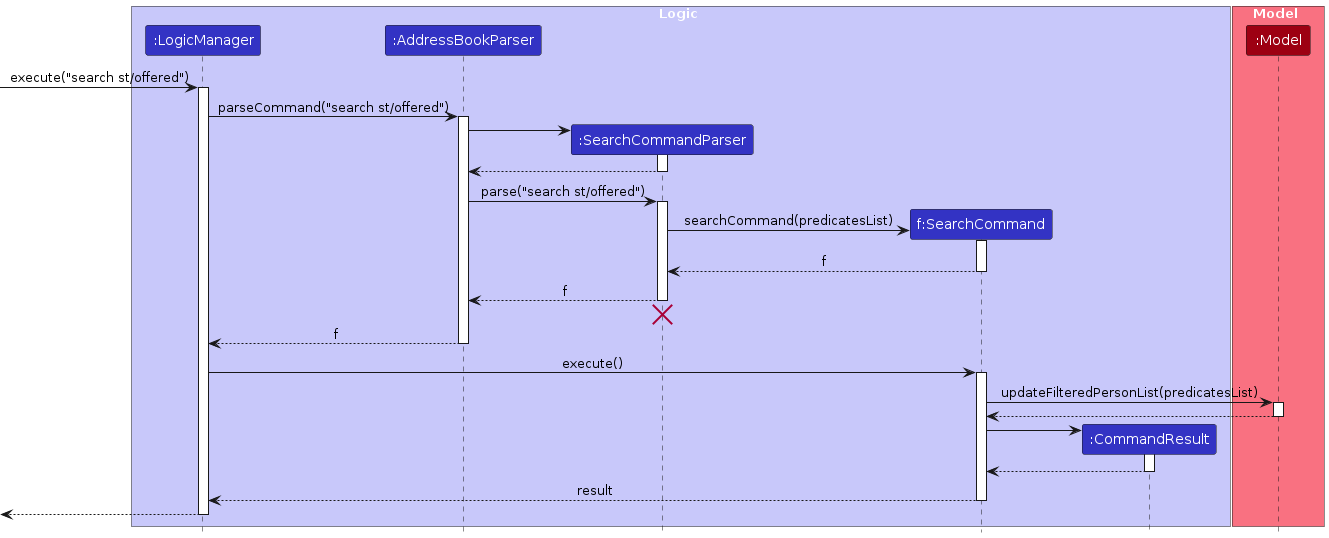
Before: diagrams/SearchSequenceDiagram.png, a diagram exported from PlantUML (AriellaCallista/tp). Its source is kept beside it as diagrams/SearchSequenceDiagram.puml. The source it was exported from:
```plantuml
@startuml
!include style.puml
skinparam ArrowFontStyle plain


box Logic LOGIC_COLOR_T1
participant ":LogicManager" as LogicManager LOGIC_COLOR
participant ":AddressBookParser" as AddressBookParser LOGIC_COLOR
participant ":SearchCommandParser" as SearchCommandParser LOGIC_COLOR
participant "f:SearchCommand" as SearchCommand LOGIC_COLOR
participant ":CommandResult" as CommandResult LOGIC_COLOR
end box

box Model MODEL_COLOR_T1
participant ":Model" as Model MODEL_COLOR
end box

[-> LogicManager : execute("search st/offered")
activate LogicManager

LogicManager -> AddressBookParser : parseCommand("search st/offered")
activate AddressBookParser

create SearchCommandParser
AddressBookParser -> SearchCommandParser
activate SearchCommandParser

SearchCommandParser --> AddressBookParser
deactivate SearchCommandParser

AddressBookParser -> SearchCommandParser : parse("search st/offered")
activate SearchCommandParser

create SearchCommand
SearchCommandParser -> SearchCommand : searchCommand(predicatesList)
activate SearchCommand

SearchCommand --> SearchCommandParser : f
deactivate SearchCommand

SearchCommandParser --> AddressBookParser : f
deactivate SearchCommandParser
SearchCommandParser -[hidden]-> AddressBookParser
destroy SearchCommandParser

AddressBookParser --> LogicManager : f
deactivate AddressBookParser

LogicManager -> SearchCommand  : execute()
activate SearchCommand

SearchCommand -> Model : updateFilteredPersonList(predicatesList)
activate Model

Model --> SearchCommand
deactivate Model

create CommandResult
SearchCommand -> CommandResult
activate CommandResult

CommandResult --> SearchCommand
deactivate CommandResult

SearchCommand --> LogicManager : result
deactivate SearchCommand



[<--LogicManager
deactivate LogicManager



@enduml
```
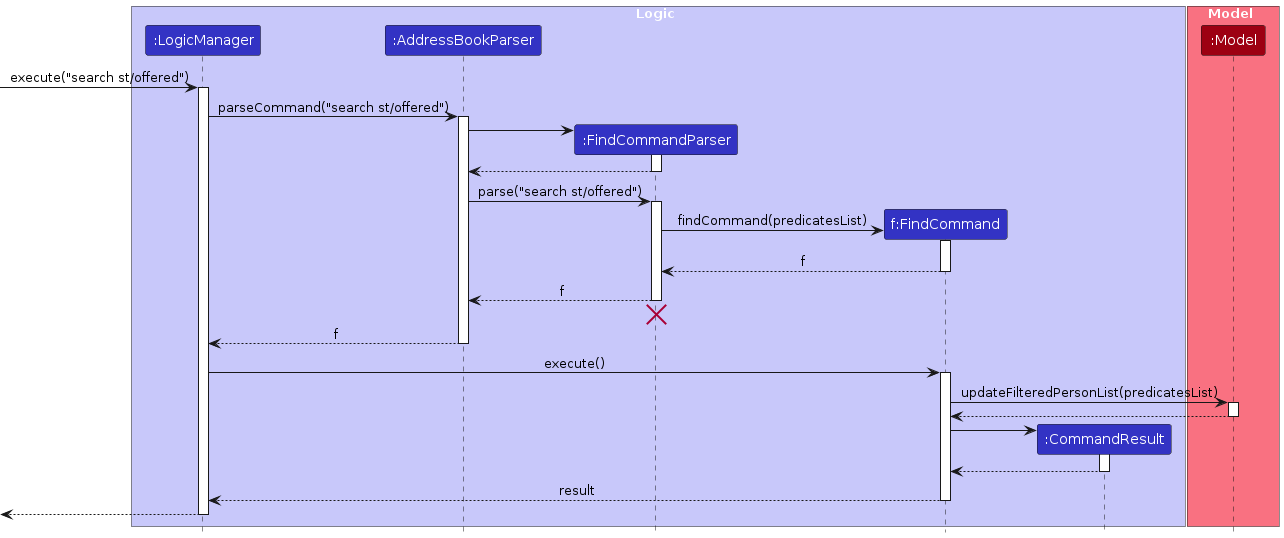
After the commit.

Diff of the diagram source:
```diff
@@ -6,8 +6,8 @@
 box Logic LOGIC_COLOR_T1
 participant ":LogicManager" as LogicManager LOGIC_COLOR
 participant ":AddressBookParser" as AddressBookParser LOGIC_COLOR
-participant ":SearchCommandParser" as SearchCommandParser LOGIC_COLOR
-participant "f:SearchCommand" as SearchCommand LOGIC_COLOR
+participant ":FindCommandParser" as FindCommandParser LOGIC_COLOR
+participant "f:FindCommand" as FindCommand LOGIC_COLOR
 participant ":CommandResult" as CommandResult LOGIC_COLOR
 end box
 
@@ -21,49 +21,49 @@
 LogicManager -> AddressBookParser : parseCommand("search st/offered")
 activate AddressBookParser
 
-create SearchCommandParser
-AddressBookParser -> SearchCommandParser
-activate SearchCommandParser
+create FindCommandParser
+AddressBookParser -> FindCommandParser
+activate FindCommandParser
 
-SearchCommandParser --> AddressBookParser
-deactivate SearchCommandParser
+FindCommandParser --> AddressBookParser
+deactivate FindCommandParser
 
-AddressBookParser -> SearchCommandParser : parse("search st/offered")
-activate SearchCommandParser
+AddressBookParser -> FindCommandParser : parse("search st/offered")
+activate FindCommandParser
 
-create SearchCommand
-SearchCommandParser -> SearchCommand : searchCommand(predicatesList)
-activate SearchCommand
+create FindCommand
+FindCommandParser -> FindCommand : findCommand(predicatesList)
+activate FindCommand
 
-SearchCommand --> SearchCommandParser : f
-deactivate SearchCommand
+FindCommand --> FindCommandParser : f
+deactivate FindCommand
 
-SearchCommandParser --> AddressBookParser : f
-deactivate SearchCommandParser
-SearchCommandParser -[hidden]-> AddressBookParser
-destroy SearchCommandParser
+FindCommandParser --> AddressBookParser : f
+deactivate FindCommandParser
+FindCommandParser -[hidden]-> AddressBookParser
+destroy FindCommandParser
 
 AddressBookParser --> LogicManager : f
 deactivate AddressBookParser
 
-LogicManager -> SearchCommand  : execute()
-activate SearchCommand
+LogicManager -> FindCommand  : execute()
+activate FindCommand
 
-SearchCommand -> Model : updateFilteredPersonList(predicatesList)
+FindCommand -> Model : updateFilteredPersonList(predicatesList)
 activate Model
 
-Model --> SearchCommand
+Model --> FindCommand
 deactivate Model
 
 create CommandResult
-SearchCommand -> CommandResult
+FindCommand -> CommandResult
 activate CommandResult
 
-CommandResult --> SearchCommand
+CommandResult --> FindCommand
 deactivate CommandResult
 
-SearchCommand --> LogicManager : result
-deactivate SearchCommand
+FindCommand --> LogicManager : result
+deactivate FindCommand
 
 
 
```
